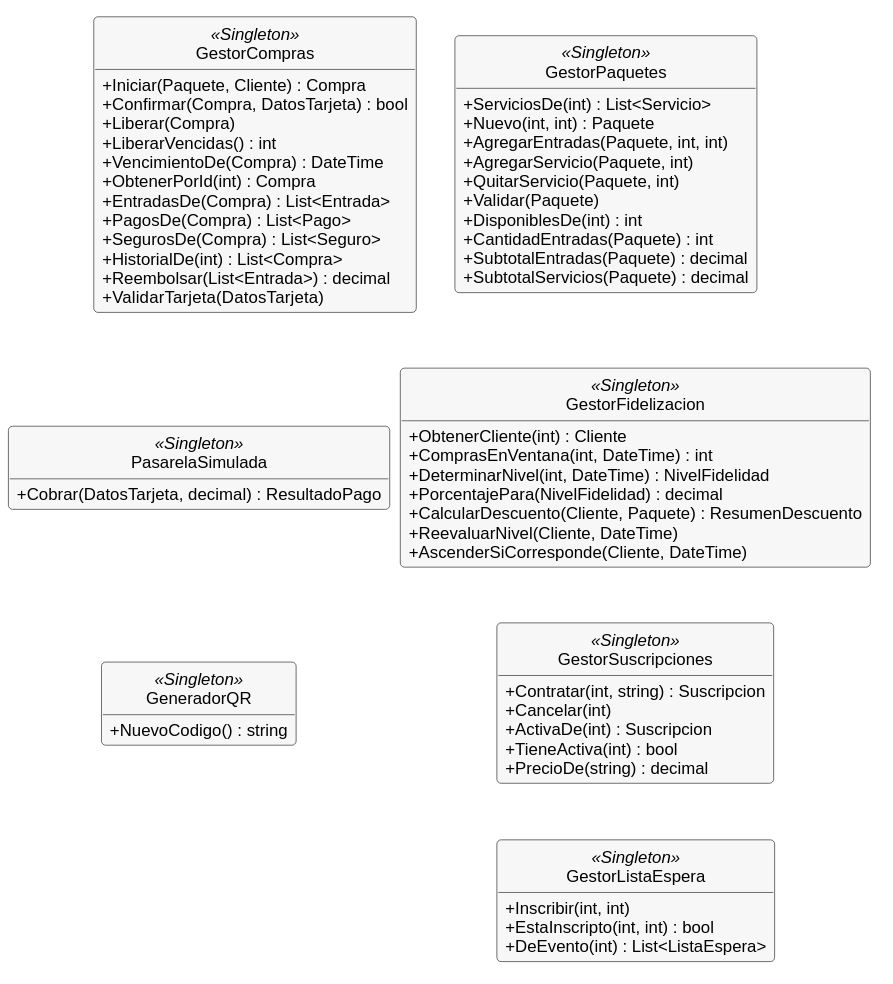
Above: docs/diagramas/clases-4-negocio-compra.svg in MaximoAmbro/TrabajoDeDiploma (PlantUML), before the change. Its diagram source:
```plantuml
@startuml
!include _estilo.iuml
skinparam nodesep 8
skinparam ranksep 40
hide empty members

class GestorCompras <<Singleton>> {
  + Iniciar(Paquete, Cliente) : Compra
  + Confirmar(Compra, DatosTarjeta) : bool
  + Liberar(Compra)
  + LiberarVencidas() : int
  + VencimientoDe(Compra) : DateTime
  + ObtenerPorId(int) : Compra
  + EntradasDe(Compra) : List<Entrada>
  + PagosDe(Compra) : List<Pago>
  + SegurosDe(Compra) : List<Seguro>
  + HistorialDe(int) : List<Compra>
  + Reembolsar(List<Entrada>) : decimal
  + ValidarTarjeta(DatosTarjeta)
}
class PasarelaSimulada <<Singleton>> {
  + Cobrar(DatosTarjeta, decimal) : ResultadoPago
}
class GeneradorQR <<Singleton>> {
  + NuevoCodigo() : string
}
class GestorPaquetes <<Singleton>> {
  + ServiciosDe(int) : List<Servicio>
  + Nuevo(int, int) : Paquete
  + AgregarEntradas(Paquete, int, int)
  + AgregarServicio(Paquete, int)
  + QuitarServicio(Paquete, int)
  + Validar(Paquete)
  + DisponiblesDe(int) : int
  + CantidadEntradas(Paquete) : int
  + SubtotalEntradas(Paquete) : decimal
  + SubtotalServicios(Paquete) : decimal
}
class GestorFidelizacion <<Singleton>> {
  + ObtenerCliente(int) : Cliente
  + ComprasEnVentana(int, DateTime) : int
  + DeterminarNivel(int, DateTime) : NivelFidelidad
  + PorcentajePara(NivelFidelidad) : decimal
  + CalcularDescuento(Cliente, Paquete) : ResumenDescuento
  + ReevaluarNivel(Cliente, DateTime)
  + AscenderSiCorresponde(Cliente, DateTime)
}
class GestorSuscripciones <<Singleton>> {
  + Contratar(int, string) : Suscripcion
  + Cancelar(int)
  + ActivaDe(int) : Suscripcion
  + TieneActiva(int) : bool
  + PrecioDe(string) : decimal
}
class GestorListaEspera <<Singleton>> {
  + Inscribir(int, int)
  + EstaInscripto(int, int) : bool
  + DeEvento(int) : List<ListaEspera>
}

GestorCompras -[hidden]down- PasarelaSimulada
PasarelaSimulada -[hidden]down- GeneradorQR
GestorPaquetes -[hidden]down- GestorFidelizacion
GestorFidelizacion -[hidden]down- GestorSuscripciones
GestorSuscripciones -[hidden]down- GestorListaEspera
GestorCompras -[hidden]right- GestorPaquetes
@enduml
```
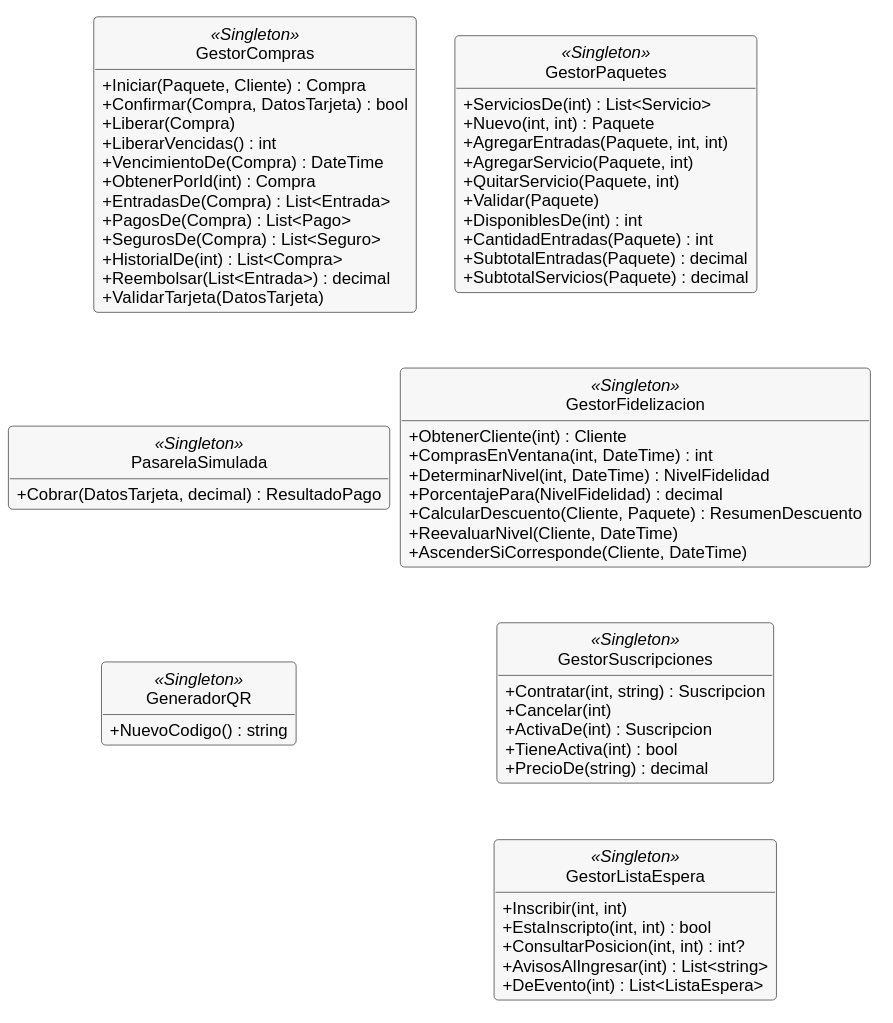
Above is the later version.

What changed in the source:
```diff
@@ -55,6 +55,8 @@
 class GestorListaEspera <<Singleton>> {
   + Inscribir(int, int)
   + EstaInscripto(int, int) : bool
+  + ConsultarPosicion(int, int) : int?
+  + AvisosAlIngresar(int) : List<string>
   + DeEvento(int) : List<ListaEspera>
 }
 
```
